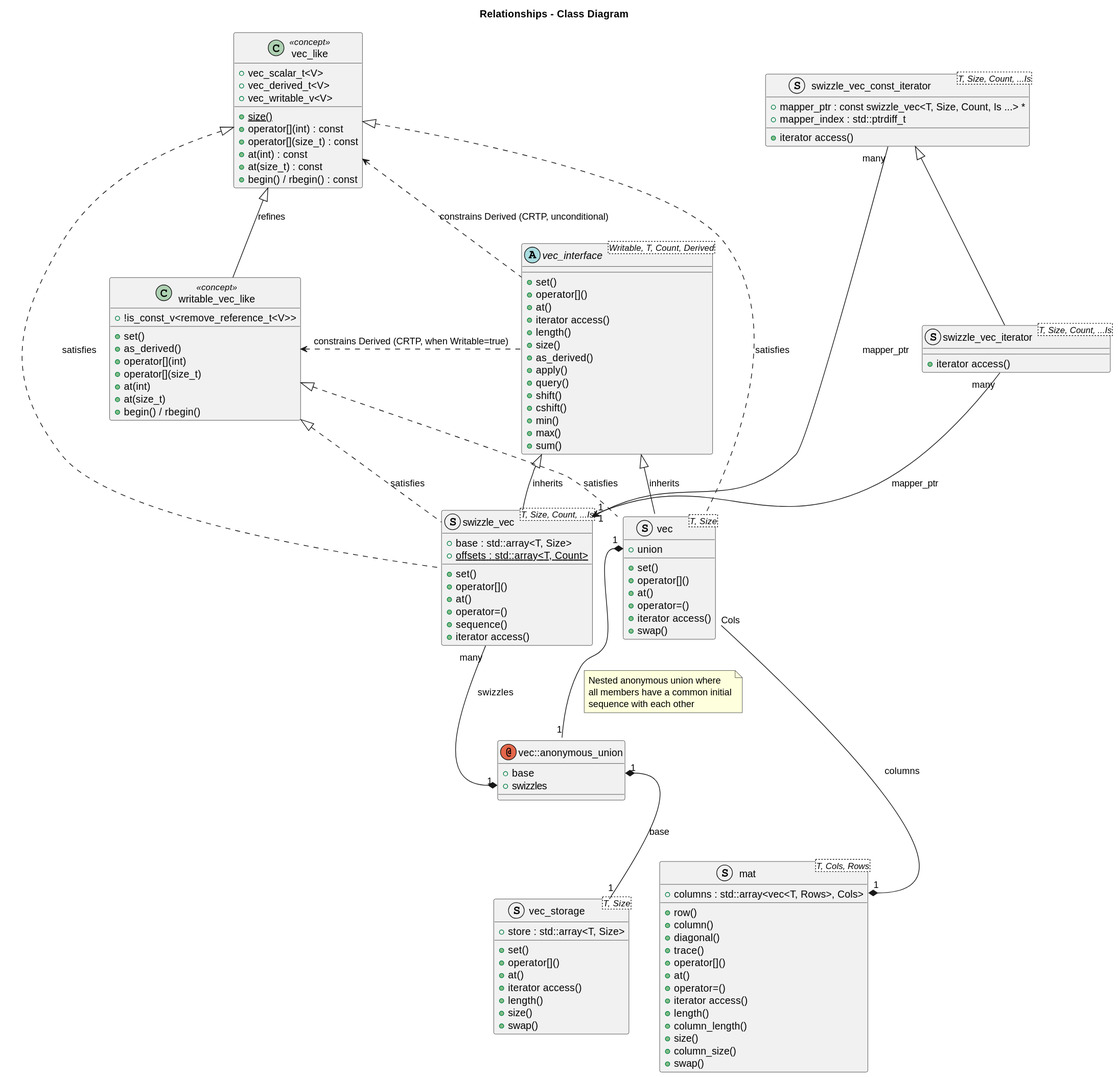
The PlantUML diagram docs/dsga.svg in davidbrowne/dsga, before a commit.
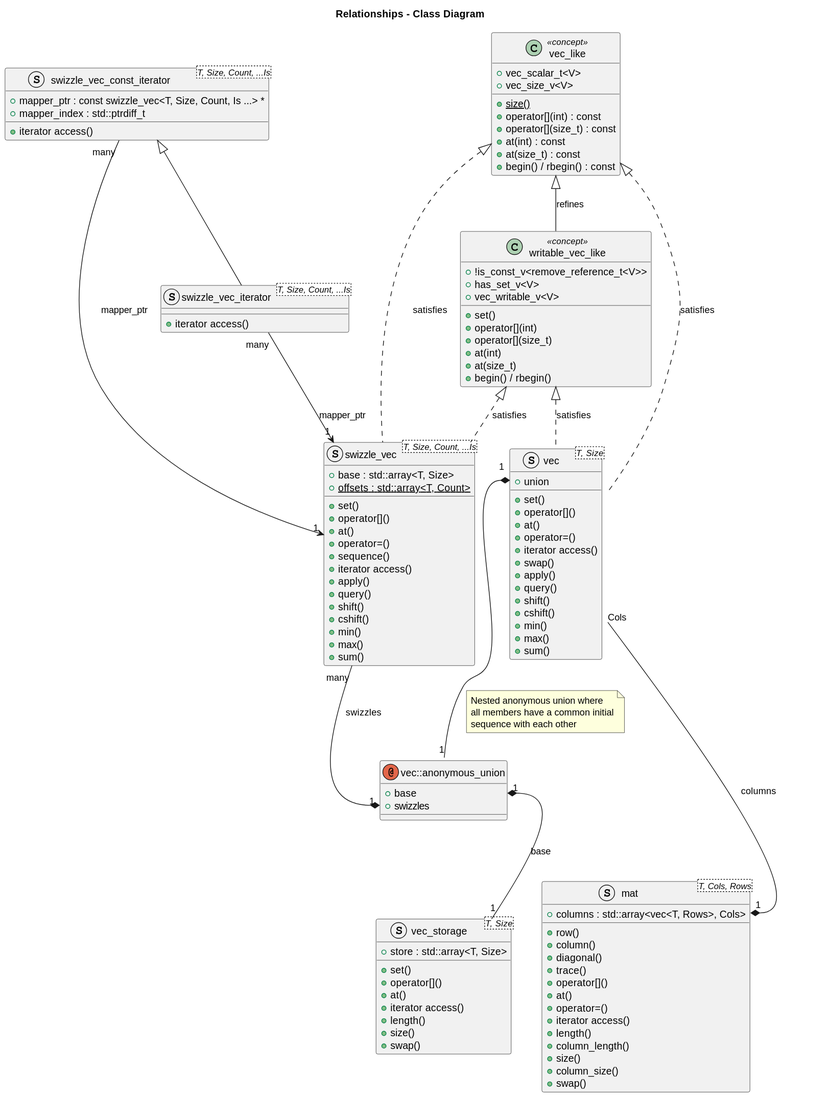
Later version of the same file.

What changed in the source:
```diff
@@ -3,8 +3,7 @@
 	class "vec_like" <<concept>>
 	{
 		+ vec_scalar_t<V>
-		+ vec_derived_t<V>
-		+ vec_writable_v<V>
+		+ vec_size_v<V>
 		+ {static} size()
 		+ operator[](int) : const
 		+ operator[](size_t) : const
@@ -15,8 +14,9 @@
 	class "writable_vec_like" <<concept>>
 	{
 		+ !is_const_v<remove_reference_t<V>>
+		+ has_set_v<V>
+		+ vec_writable_v<V>
 		+ set()
-		+ as_derived()
 		+ operator[](int)
 		+ operator[](size_t)
 		+ at(int)
@@ -24,23 +24,6 @@
 		+ begin() / rbegin()
 	}
 	"vec_like" <|-- "writable_vec_like" : refines
-	abstract vec_interface <Writable, T, Count, Derived>
-	{
-		+ set()
-		+ operator[]()
-		+ at()
-		+ iterator access()
-		+ length()
-		+ size()
-		+ as_derived()
-		+ apply()
-		+ query()
-		+ shift()
-		+ cshift()
-		+ min()
-		+ max()
-		+ sum()
-	}
 	struct swizzle_vec_const_iterator<T, Size, Count, ...Is>
 	{
 		+ mapper_ptr : const swizzle_vec<T, Size, Count, Is ...> *
@@ -60,6 +43,13 @@
 		+ operator=()
 		+ iterator access()
 		+ swap()
+		+ apply()
+		+ query()
+		+ shift()
+		+ cshift()
+		+ min()
+		+ max()
+		+ sum()
 	}
 	annotation vec::anonymous_union
 	{
@@ -87,6 +77,13 @@
 		+ operator=()
 		+ sequence()
 		+ iterator access()
+		+ apply()
+		+ query()
+		+ shift()
+		+ cshift()
+		+ min()
+		+ max()
+		+ sum()
 	}
 	struct mat<T, Cols, Rows>
 	{
@@ -105,8 +102,6 @@
 		+ column_size()
 		+ swap()
 	}
-	vec_interface <|-- vec: inherits
-	vec_interface <|-- swizzle_vec : inherits
 	swizzle_vec_const_iterator <|-- swizzle_vec_iterator
 	"vec_like" ^.. vec : satisfies
 	"vec_like" ^.. swizzle_vec : satisfies
@@ -122,8 +117,6 @@
 	end note
 	swizzle_vec_const_iterator "many" --> "1" swizzle_vec : mapper_ptr
 	swizzle_vec_iterator "many" --> "1" swizzle_vec : mapper_ptr
-	"vec_like" <. vec_interface : constrains Derived (CRTP, unconditional)
-	"writable_vec_like" <. vec_interface : constrains Derived (CRTP, when Writable=true)
 	mat::columns "1" *-- "Cols" vec : columns
 	vec -[hidden]left- swizzle_vec
 	vec_storage .[hidden]right. mat
```
